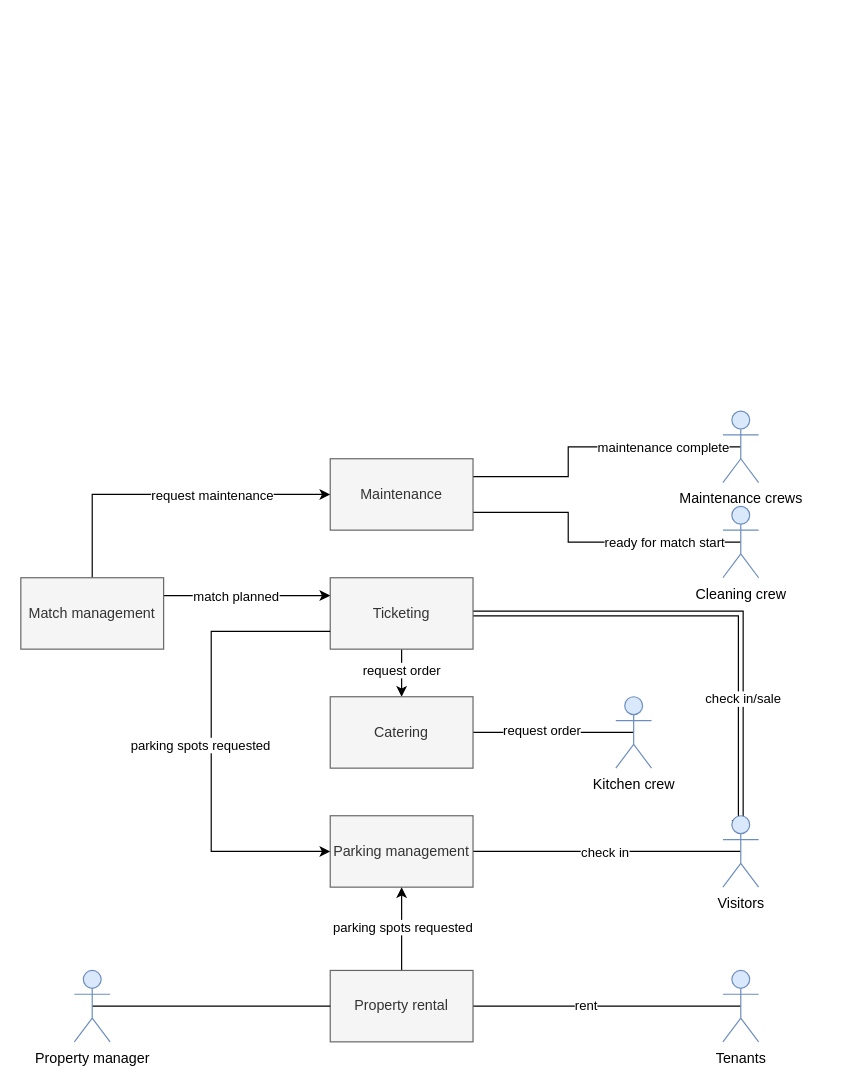
Earlier version of the draw.io diagram service diagram.drawio (martijnmeeldijk/fc-smal). Source tidied: cells renumbered, new cells numbered last; positions are measured from the earlier drawing's top-left corner, leaving out a move shared by most shapes. Both pictures are drawn from the tidied source at 119%, with x=0, y=0 at pixel (20, 411).
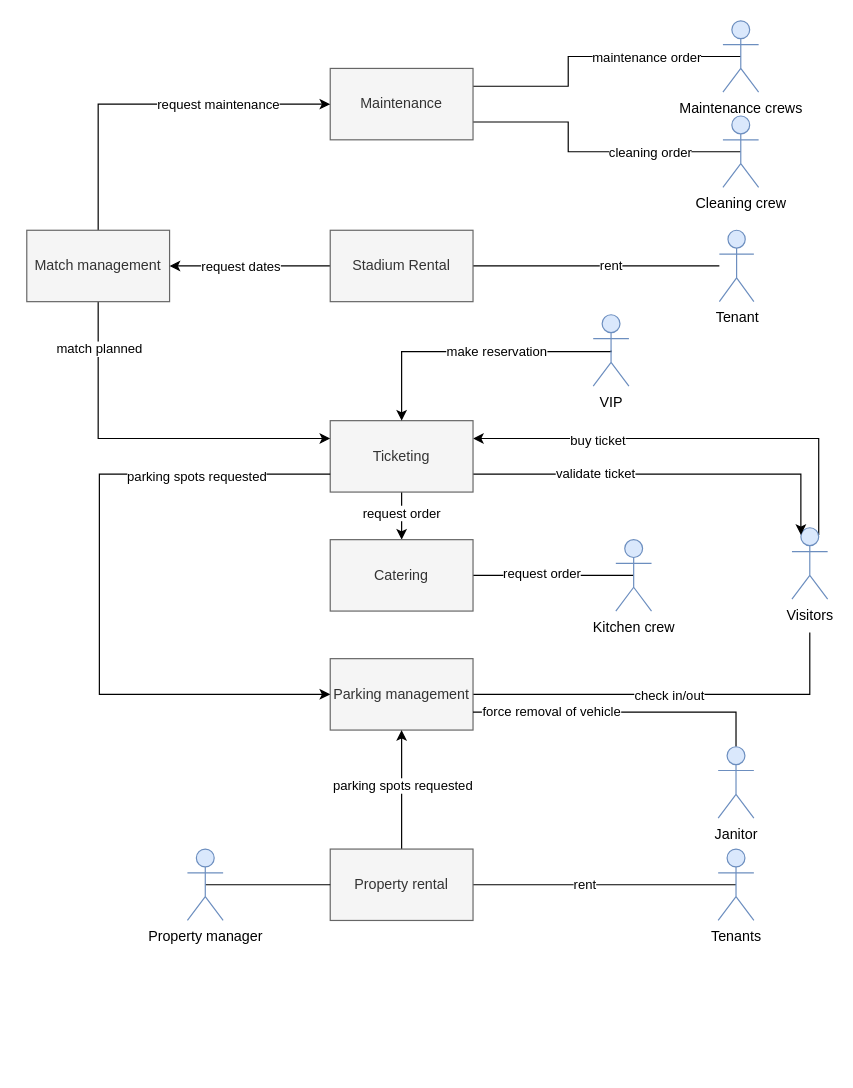
Above is the later version.

Unchanged cells that the change refers to:
```xml
<mxCell id="24" style="edgeStyle=orthogonalEdgeStyle;rounded=0;jettySize=auto;html=1;exitX=0.5;exitY=0;exitDx=0;exitDy=0;entryX=0;entryY=0.5;entryDx=0;entryDy=0;endArrow=classic;endFill=1;" parent="1" edge="1" source="30" target="23">
  <mxGeometry relative="1" as="geometry" />
</mxCell>
```

The edit, as a diff of the source:
```diff
@@
-    <mxCell id="2" style="edgeStyle=orthogonalEdgeStyle;rounded=0;jettySize=auto;html=1;exitX=0.25;exitY=0.1;exitDx=0;exitDy=0;exitPerimeter=0;entryX=1;entryY=0.5;entryDx=0;entryDy=0;endArrow=none;endFill=0;shape=link;" parent="1" edge="1" source="6" target="22">
-      <mxGeometry relative="1" as="geometry">
-        <Array as="points">
-          <mxPoint x="605" y="346" />
-          <mxPoint x="605" y="170" />
-        </Array>
-      </mxGeometry>
-    </mxCell>
-    <mxCell id="3" value="check in/sale" style="edgeLabel;html=1;align=center;verticalAlign=middle;" parent="2" vertex="1">
-      <mxGeometry x="-0.45" relative="1" as="geometry">
-        <mxPoint x="1" as="offset" />
-      </mxGeometry>
-    </mxCell>
-    <mxCell id="4" style="edgeStyle=orthogonalEdgeStyle;rounded=0;jettySize=auto;html=1;exitX=0.5;exitY=0.5;exitDx=0;exitDy=0;exitPerimeter=0;entryX=1;entryY=0.5;entryDx=0;entryDy=0;endArrow=none;endFill=0;" parent="1" edge="1" source="6" target="16">
+    <mxCell id="4" style="edgeStyle=orthogonalEdgeStyle;rounded=0;jettySize=auto;html=1;entryX=1;entryY=0.5;entryDx=0;entryDy=0;endArrow=none;endFill=0;" parent="1" edge="1" target="16">
       <mxGeometry relative="1" as="geometry">
+        <mxPoint x="663" y="186" as="sourcePoint" />
         <Array as="points">
-          <mxPoint x="605" y="370" />
+          <mxPoint x="663" y="238" />
         </Array>
       </mxGeometry>
     </mxCell>
-    <mxCell id="5" value="check in" style="edgeLabel;html=1;align=center;verticalAlign=middle;" parent="4" vertex="1">
+    <mxCell id="5" value="check in/out" style="edgeLabel;html=1;align=center;verticalAlign=middle;" parent="4" vertex="1">
       <mxGeometry x="-0.39" y="-1" relative="1" as="geometry">
-        <mxPoint x="-46" y="1" as="offset" />
+        <mxPoint x="-69" y="1" as="offset" />
       </mxGeometry>
     </mxCell>
+    <mxCell id="2" style="edgeStyle=orthogonalEdgeStyle;rounded=0;jettySize=auto;html=1;exitX=0.75;exitY=0.1;exitDx=0;exitDy=0;exitPerimeter=0;entryX=1;entryY=0.25;entryDx=0;entryDy=0;" parent="1" edge="1" source="6" target="22">
+      <mxGeometry relative="1" as="geometry">
+        <Array as="points">
+          <mxPoint x="671" y="23" />
+        </Array>
+      </mxGeometry>
+    </mxCell>
+    <mxCell id="37" value="buy ticket" style="edgeLabel;html=1;align=center;verticalAlign=middle;" parent="2" vertex="1">
+      <mxGeometry x="0.44" y="1" relative="1" as="geometry" />
+    </mxCell>
     <mxCell id="6" value="Visitors" style="shape=umlActor;verticalLabelPosition=bottom;verticalAlign=top;html=1;outlineConnect=0;fillColor=#dae8fc;strokeColor=#6c8ebf;" parent="1" vertex="1">
-      <mxGeometry x="590" y="340" width="30" height="60" as="geometry" />
+      <mxGeometry x="648" y="98" width="30" height="60" as="geometry" />
     </mxCell>
     <mxCell id="7" style="edgeStyle=orthogonalEdgeStyle;rounded=0;jettySize=auto;html=1;exitX=0.5;exitY=0.5;exitDx=0;exitDy=0;exitPerimeter=0;entryX=1;entryY=0.75;entryDx=0;entryDy=0;endArrow=none;endFill=0;" parent="1" edge="1" source="9" target="23">
       <mxGeometry relative="1" as="geometry">
         <Array as="points">
-          <mxPoint x="460" y="110" />
-          <mxPoint x="460" y="85" />
+          <mxPoint x="460" y="-218" />
+          <mxPoint x="460" y="-243" />
         </Array>
       </mxGeometry>
     </mxCell>
-    <mxCell id="8" value="ready for match start" style="edgeLabel;html=1;align=center;verticalAlign=middle;" parent="7" vertex="1">
+    <mxCell id="8" value="cleaning order" style="edgeLabel;html=1;align=center;verticalAlign=middle;" parent="7" vertex="1">
       <mxGeometry x="-0.25" y="-2" relative="1" as="geometry">
-        <mxPoint x="29" y="2" as="offset" />
+        <mxPoint x="17" y="2" as="offset" />
       </mxGeometry>
     </mxCell>
     <mxCell id="9" value="Cleaning crew" style="shape=umlActor;verticalLabelPosition=bottom;verticalAlign=top;html=1;outlineConnect=0;fillColor=#dae8fc;strokeColor=#6c8ebf;" parent="1" vertex="1">
-      <mxGeometry x="590" y="80" width="30" height="60" as="geometry" />
+      <mxGeometry x="590" y="-248" width="30" height="60" as="geometry" />
     </mxCell>
     <mxCell id="10" style="edgeStyle=orthogonalEdgeStyle;rounded=0;jettySize=auto;html=1;exitX=0.5;exitY=0.5;exitDx=0;exitDy=0;exitPerimeter=0;entryX=1;entryY=0.25;entryDx=0;entryDy=0;endArrow=none;endFill=0;" parent="1" edge="1" source="12" target="23">
       <mxGeometry relative="1" as="geometry">
         <Array as="points">
-          <mxPoint x="460" y="30" />
-          <mxPoint x="460" y="55" />
+          <mxPoint x="460" y="-298" />
+          <mxPoint x="460" y="-273" />
         </Array>
       </mxGeometry>
     </mxCell>
-    <mxCell id="11" value="maintenance complete" style="edgeLabel;html=1;align=center;verticalAlign=middle;" parent="10" vertex="1">
+    <mxCell id="11" value="maintenance order" style="edgeLabel;html=1;align=center;verticalAlign=middle;" parent="10" vertex="1">
       <mxGeometry x="-0.18" y="-1" relative="1" as="geometry">
-        <mxPoint x="37" y="1" as="offset" />
+        <mxPoint x="23" y="1" as="offset" />
       </mxGeometry>
     </mxCell>
     <mxCell id="12" value="Maintenance crews" style="shape=umlActor;verticalLabelPosition=bottom;verticalAlign=top;html=1;outlineConnect=0;fillColor=#dae8fc;strokeColor=#6c8ebf;" parent="1" vertex="1">
-      <mxGeometry x="590" width="30" height="60" as="geometry" />
+      <mxGeometry x="590" y="-328" width="30" height="60" as="geometry" />
     </mxCell>
@@
     <mxCell id="15" value="Tenants" style="shape=umlActor;verticalLabelPosition=bottom;verticalAlign=top;html=1;outlineConnect=0;fillColor=#dae8fc;strokeColor=#6c8ebf;" parent="1" vertex="1">
-      <mxGeometry x="590" y="470" width="30" height="60" as="geometry" />
+      <mxGeometry x="586" y="368" width="30" height="60" as="geometry" />
     </mxCell>
     <mxCell id="16" value="Parking management" style="rounded=0;whiteSpace=wrap;html=1;fillColor=#f5f5f5;fontColor=#333333;strokeColor=#666666;" parent="1" vertex="1">
-      <mxGeometry x="260" y="340" width="120" height="60" as="geometry" />
+      <mxGeometry x="260" y="208" width="120" height="60" as="geometry" />
     </mxCell>
@@
     <mxCell id="19" value="Property rental" style="rounded=0;whiteSpace=wrap;html=1;fillColor=#f5f5f5;fontColor=#333333;strokeColor=#666666;" parent="1" vertex="1">
-      <mxGeometry x="260" y="470" width="120" height="60" as="geometry" />
+      <mxGeometry x="260" y="368" width="120" height="60" as="geometry" />
     </mxCell>
@@
+    <mxCell id="38" style="edgeStyle=orthogonalEdgeStyle;rounded=0;jettySize=auto;html=1;exitX=1;exitY=0.75;exitDx=0;exitDy=0;entryX=0.25;entryY=0.1;entryDx=0;entryDy=0;entryPerimeter=0;" parent="1" edge="1" source="22" target="6">
+      <mxGeometry relative="1" as="geometry">
+        <Array as="points">
+          <mxPoint x="656" y="53" />
+        </Array>
+      </mxGeometry>
+    </mxCell>
+    <mxCell id="39" value="validate ticket" style="edgeLabel;html=1;align=center;verticalAlign=middle;" parent="38" vertex="1">
+      <mxGeometry x="-0.49" y="3" relative="1" as="geometry">
+        <mxPoint x="19" y="2" as="offset" />
+      </mxGeometry>
+    </mxCell>
     <mxCell id="22" value="Ticketing" style="rounded=0;whiteSpace=wrap;html=1;fillColor=#f5f5f5;fontColor=#333333;strokeColor=#666666;" parent="1" vertex="1">
-      <mxGeometry x="260" y="140" width="120" height="60" as="geometry" />
+      <mxGeometry x="260" y="8" width="120" height="60" as="geometry" />
     </mxCell>
     <mxCell id="23" value="Maintenance" style="rounded=0;whiteSpace=wrap;html=1;fillColor=#f5f5f5;fontColor=#333333;strokeColor=#666666;" parent="1" vertex="1">
-      <mxGeometry x="260" y="40" width="120" height="60" as="geometry" />
+      <mxGeometry x="260" y="-288" width="120" height="60" as="geometry" />
     </mxCell>
@@
     <mxCell id="25" value="request maintenance" style="edgeLabel;html=1;align=center;verticalAlign=middle;" parent="24" vertex="1">
       <mxGeometry x="0.03" y="3" relative="1" as="geometry">
-        <mxPoint x="31" y="3" as="offset" />
+        <mxPoint x="51" y="3" as="offset" />
       </mxGeometry>
     </mxCell>
-    <mxCell id="26" style="edgeStyle=orthogonalEdgeStyle;rounded=0;jettySize=auto;html=1;exitX=1;exitY=0.25;exitDx=0;exitDy=0;entryX=0;entryY=0.25;entryDx=0;entryDy=0;endArrow=classic;endFill=1;" parent="1" edge="1" source="30" target="22">
+    <mxCell id="26" style="edgeStyle=orthogonalEdgeStyle;rounded=0;jettySize=auto;html=1;exitX=0.5;exitY=1;exitDx=0;exitDy=0;entryX=0;entryY=0.25;entryDx=0;entryDy=0;endArrow=classic;endFill=1;" parent="1" edge="1" source="30" target="22">
       <mxGeometry relative="1" as="geometry" />
     </mxCell>
     <mxCell id="27" value="match planned" style="edgeLabel;html=1;align=center;verticalAlign=middle;" parent="26" vertex="1">
       <mxGeometry x="-0.49" y="2" relative="1" as="geometry">
-        <mxPoint x="24" y="2" as="offset" />
+        <mxPoint x="-2" y="-40" as="offset" />
       </mxGeometry>
     </mxCell>
     <mxCell id="28" style="edgeStyle=orthogonalEdgeStyle;rounded=0;jettySize=auto;html=1;exitX=0;exitY=0.75;exitDx=0;exitDy=0;entryX=0;entryY=0.5;entryDx=0;entryDy=0;endArrow=classic;endFill=1;" parent="1" edge="1" source="22" target="16">
       <mxGeometry relative="1" as="geometry">
         <Array as="points">
-          <mxPoint x="160" y="185" />
-          <mxPoint x="160" y="370" />
+          <mxPoint x="66" y="53" />
+          <mxPoint x="66" y="238" />
         </Array>
       </mxGeometry>
     </mxCell>
     <mxCell id="29" value="parking spots requested" style="edgeLabel;html=1;align=center;verticalAlign=middle;" parent="28" vertex="1">
       <mxGeometry x="0.19" y="2" relative="1" as="geometry">
-        <mxPoint x="-12" y="-34" as="offset" />
+        <mxPoint x="79" y="-146" as="offset" />
       </mxGeometry>
     </mxCell>
     <mxCell id="30" value="Match management" style="rounded=0;whiteSpace=wrap;html=1;fillColor=#f5f5f5;fontColor=#333333;strokeColor=#666666;" parent="1" vertex="1">
-      <mxGeometry y="140" width="120" height="60" as="geometry" />
+      <mxGeometry x="5" y="-152" width="120" height="60" as="geometry" />
     </mxCell>
@@
     <mxCell id="33" value="Catering" style="rounded=0;whiteSpace=wrap;html=1;fillColor=#f5f5f5;fontColor=#333333;strokeColor=#666666;" parent="1" vertex="1">
-      <mxGeometry x="260" y="240" width="120" height="60" as="geometry" />
+      <mxGeometry x="260" y="108" width="120" height="60" as="geometry" />
     </mxCell>
     <mxCell id="34" value="Kitchen crew" style="shape=umlActor;verticalLabelPosition=bottom;verticalAlign=top;html=1;outlineConnect=0;fillColor=#dae8fc;strokeColor=#6c8ebf;" parent="1" vertex="1">
-      <mxGeometry x="500" y="240" width="30" height="60" as="geometry" />
+      <mxGeometry x="500" y="108" width="30" height="60" as="geometry" />
     </mxCell>
@@
     <mxCell id="36" value="Property manager" style="shape=umlActor;verticalLabelPosition=bottom;verticalAlign=top;html=1;outlineConnect=0;fillColor=#dae8fc;strokeColor=#6c8ebf;" parent="1" vertex="1">
-      <mxGeometry x="45" y="470" width="30" height="60" as="geometry" />
+      <mxGeometry x="140" y="368" width="30" height="60" as="geometry" />
     </mxCell>
+    <mxCell id="40" style="edgeStyle=orthogonalEdgeStyle;rounded=0;jettySize=auto;html=1;exitX=1;exitY=0.5;exitDx=0;exitDy=0;endArrow=none;endFill=0;" parent="1" edge="1" source="44" target="45">
+      <mxGeometry relative="1" as="geometry" />
+    </mxCell>
+    <mxCell id="41" value="rent" style="edgeLabel;html=1;align=center;verticalAlign=middle;" parent="40" vertex="1">
+      <mxGeometry x="0.11" y="1" relative="1" as="geometry" />
+    </mxCell>
+    <mxCell id="42" style="edgeStyle=orthogonalEdgeStyle;rounded=0;jettySize=auto;html=1;exitX=0;exitY=0.5;exitDx=0;exitDy=0;entryX=1;entryY=0.5;entryDx=0;entryDy=0;endArrow=classic;endFill=1;" parent="1" edge="1" source="44" target="30">
+      <mxGeometry relative="1" as="geometry" />
+    </mxCell>
+    <mxCell id="43" value="request dates" style="edgeLabel;html=1;align=center;verticalAlign=middle;" parent="42" vertex="1">
+      <mxGeometry x="0.28" y="2" relative="1" as="geometry">
+        <mxPoint x="10" y="-2" as="offset" />
+      </mxGeometry>
+    </mxCell>
+    <mxCell id="44" value="Stadium Rental" style="rounded=0;whiteSpace=wrap;html=1;fillColor=#f5f5f5;fontColor=#333333;strokeColor=#666666;" parent="1" vertex="1">
+      <mxGeometry x="260" y="-152" width="120" height="60" as="geometry" />
+    </mxCell>
+    <mxCell id="45" value="Tenant" style="shape=umlActor;verticalLabelPosition=bottom;verticalAlign=top;html=1;outlineConnect=0;fillColor=#dae8fc;strokeColor=#6c8ebf;" parent="1" vertex="1">
+      <mxGeometry x="587" y="-152" width="29" height="60" as="geometry" />
+    </mxCell>
+    <mxCell id="46" style="edgeStyle=orthogonalEdgeStyle;rounded=0;jettySize=auto;html=1;exitX=0.5;exitY=0;exitDx=0;exitDy=0;exitPerimeter=0;entryX=1;entryY=0.75;entryDx=0;entryDy=0;endArrow=none;endFill=0;" parent="1" edge="1" source="48" target="16">
+      <mxGeometry relative="1" as="geometry">
+        <Array as="points">
+          <mxPoint x="601" y="253" />
+        </Array>
+      </mxGeometry>
+    </mxCell>
+    <mxCell id="47" value="force removal of vehicle" style="edgeLabel;html=1;align=center;verticalAlign=middle;" parent="46" vertex="1">
+      <mxGeometry x="0.48" y="-1" relative="1" as="geometry" />
+    </mxCell>
+    <mxCell id="48" value="Janitor" style="shape=umlActor;verticalLabelPosition=bottom;verticalAlign=top;html=1;outlineConnect=0;fillColor=#dae8fc;strokeColor=#6c8ebf;" parent="1" vertex="1">
+      <mxGeometry x="586" y="282" width="30" height="60" as="geometry" />
+    </mxCell>
+    <mxCell id="49" style="edgeStyle=orthogonalEdgeStyle;rounded=0;jettySize=auto;html=1;exitX=0.5;exitY=0.5;exitDx=0;exitDy=0;exitPerimeter=0;entryX=0.5;entryY=0;entryDx=0;entryDy=0;endArrow=classic;endFill=1;" parent="1" edge="1" source="51" target="22">
+      <mxGeometry relative="1" as="geometry">
+        <Array as="points">
+          <mxPoint x="496" y="-50" />
+          <mxPoint x="320" y="-50" />
+        </Array>
+      </mxGeometry>
+    </mxCell>
+    <mxCell id="50" value="make reservation" style="edgeLabel;html=1;align=center;verticalAlign=middle;" parent="49" vertex="1">
+      <mxGeometry x="0.07" y="1" relative="1" as="geometry">
+        <mxPoint x="28" y="-2" as="offset" />
+      </mxGeometry>
+    </mxCell>
+    <mxCell id="51" value="VIP" style="shape=umlActor;verticalLabelPosition=bottom;verticalAlign=top;html=1;outlineConnect=0;fillColor=#dae8fc;strokeColor=#6c8ebf;" parent="1" vertex="1">
+      <mxGeometry x="481" y="-81" width="30" height="60" as="geometry" />
+    </mxCell>
```
